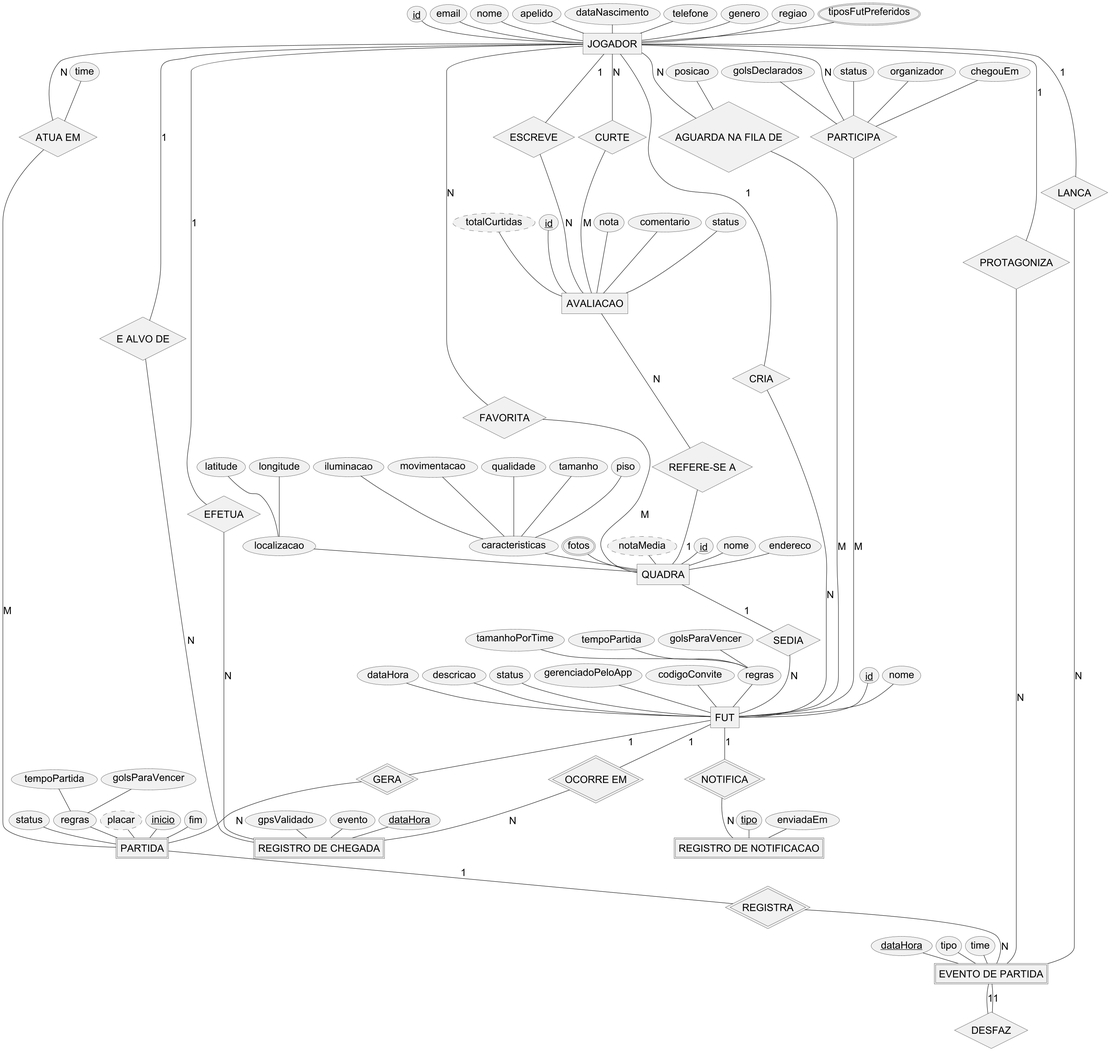
This is latex/figuras/diagramas-src/render/mer-conceitual.png from EhOMiguel/borafut-app-tcc, a PlantUML export, as it was before one commit.
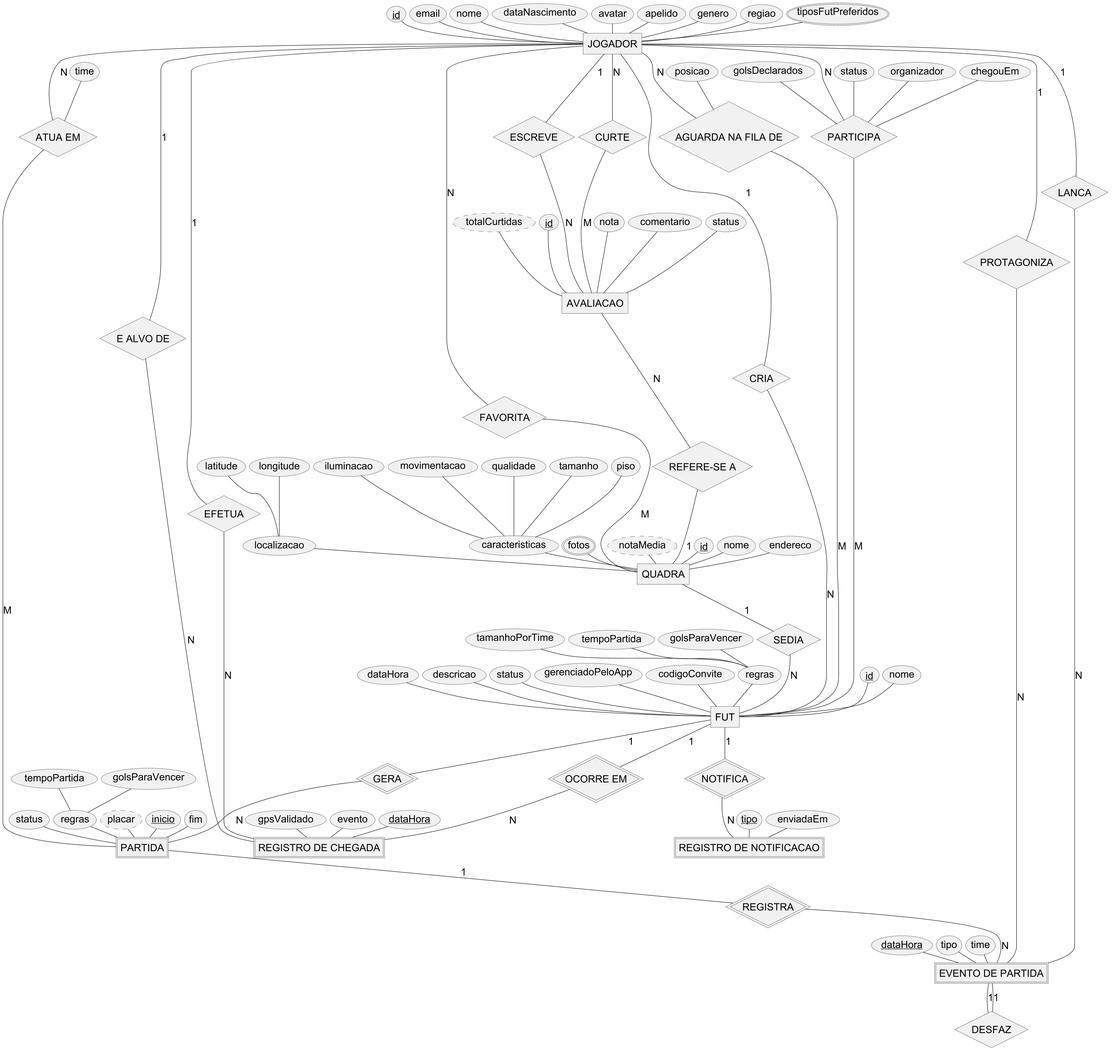
The same file after the commit.

Diff of the diagram source:
```diff
@@ -10,9 +10,9 @@
   id <<key>>
   email
   nome
+  dataNascimento
+  avatar
   apelido
-  dataNascimento
-  telefone
   genero
   regiao
   tiposFutPreferidos <<multi>>
```
